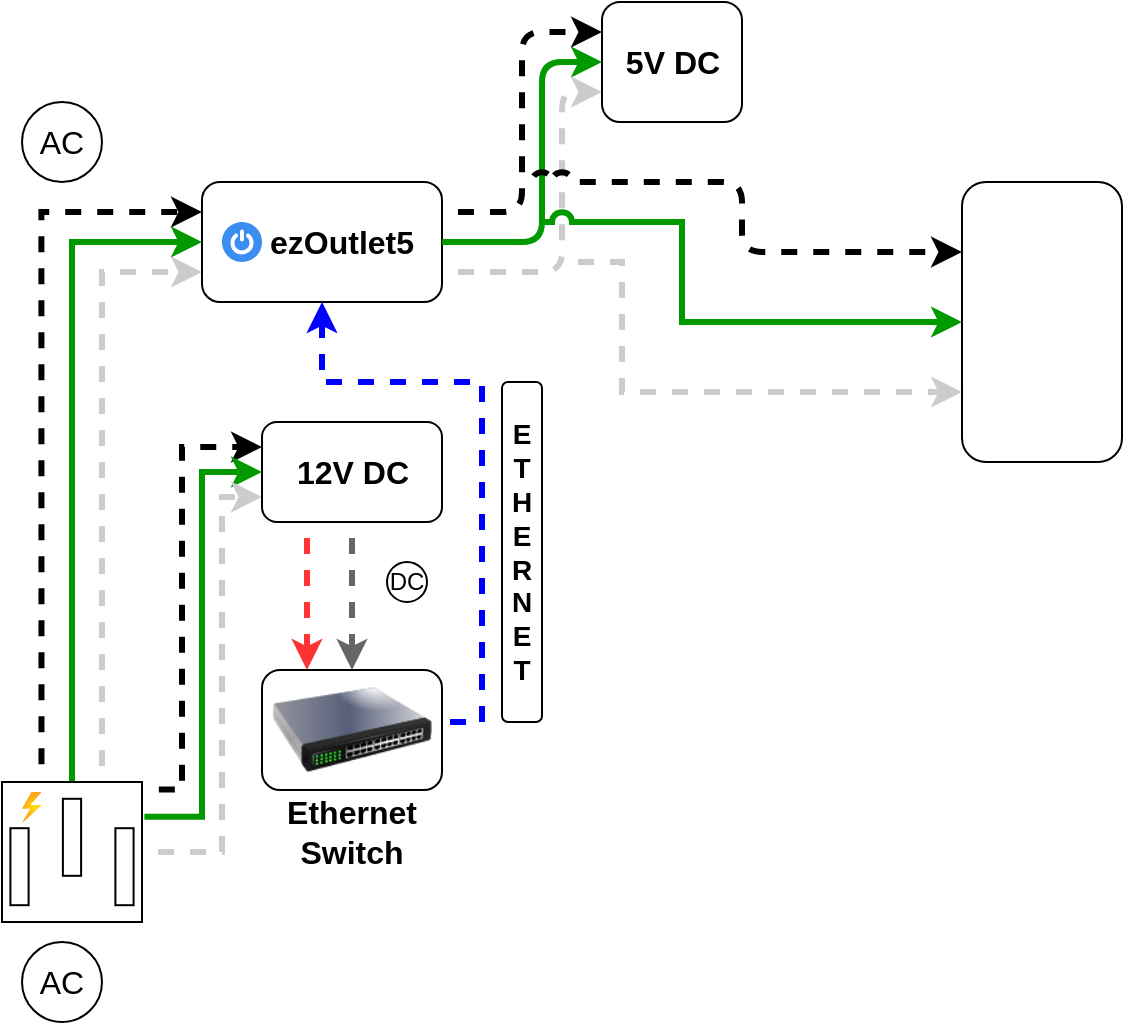
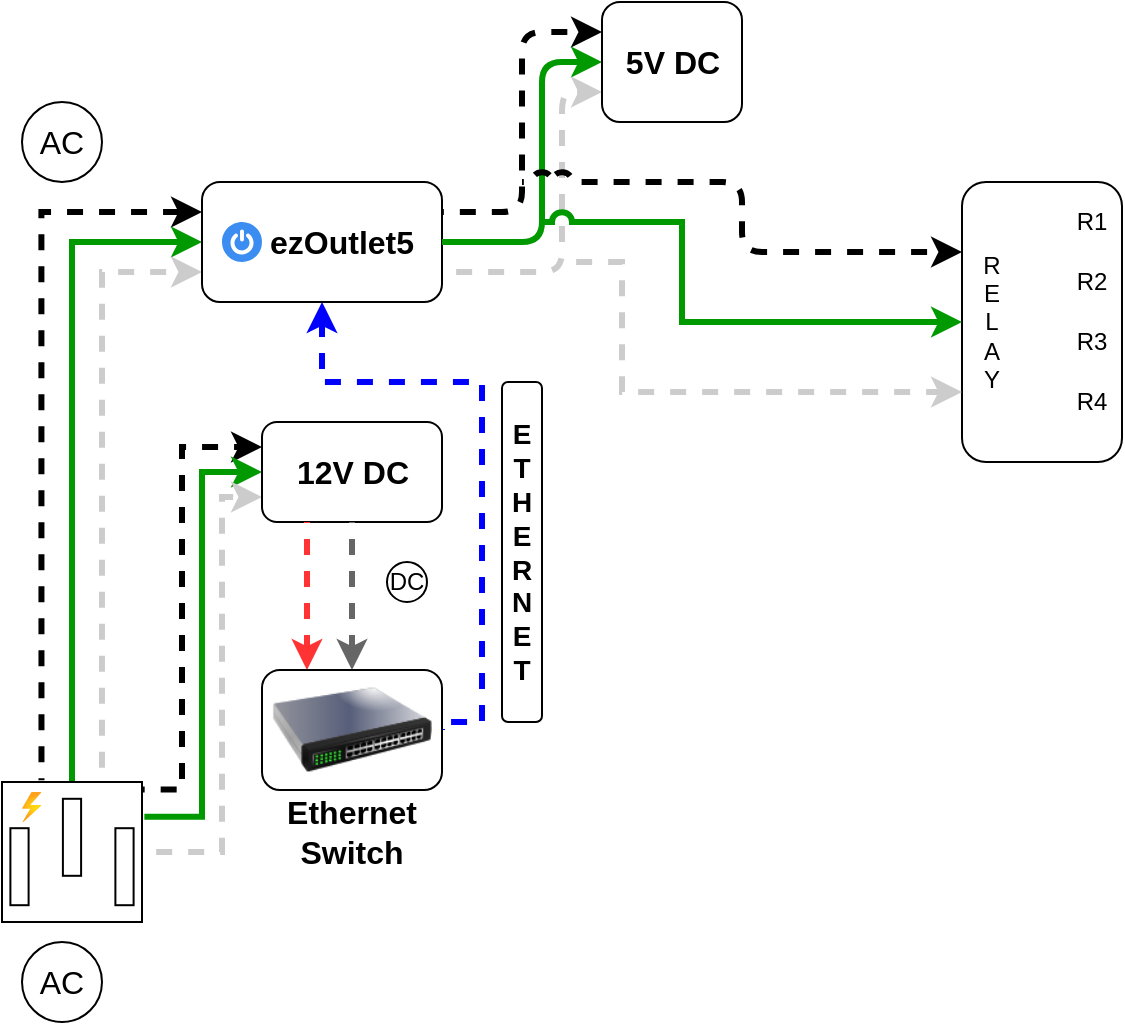
<mxfile host="app.diagrams.net" agent="Mozilla/5.0 (Windows NT 10.0; Win64; x64) AppleWebKit/537.36 (KHTML, like Gecko) Chrome/131.0.0.0 Safari/537.36 Edg/131.0.0.0" version="25.0.3">
  <diagram name="Page-1" id="VlRkN-xOVygPYa-iD9Ir">
    <mxGraphModel dx="600" dy="376" grid="1" gridSize="10" guides="1" tooltips="1" connect="1" arrows="1" fold="1" page="1" pageScale="1" pageWidth="1169" pageHeight="827" background="none" math="0" shadow="0">
      <root>
        <mxCell id="0" />
        <mxCell id="1" parent="0" />
        <mxCell id="JVLtuT8sySUBbFbLTn6r-3" style="edgeStyle=orthogonalEdgeStyle;rounded=0;orthogonalLoop=1;jettySize=auto;html=1;entryX=0;entryY=0.25;entryDx=0;entryDy=0;exitX=0.282;exitY=-0.013;exitDx=0;exitDy=0;exitPerimeter=0;strokeWidth=3;flowAnimation=1;flowAnimationDirection=alternate;flowAnimationTimingFunction=ease-in-out;" edge="1" parent="1" source="pD8juBFKP1GN8B8eYQTb-1" target="pD8juBFKP1GN8B8eYQTb-3">
          <mxGeometry relative="1" as="geometry" />
        </mxCell>
        <mxCell id="JVLtuT8sySUBbFbLTn6r-4" style="edgeStyle=orthogonalEdgeStyle;rounded=0;orthogonalLoop=1;jettySize=auto;html=1;exitX=0.5;exitY=0;exitDx=0;exitDy=0;exitPerimeter=0;entryX=0;entryY=0.5;entryDx=0;entryDy=0;strokeColor=#009900;strokeWidth=3;" edge="1" parent="1" source="pD8juBFKP1GN8B8eYQTb-1" target="pD8juBFKP1GN8B8eYQTb-3">
          <mxGeometry relative="1" as="geometry" />
        </mxCell>
        <mxCell id="JVLtuT8sySUBbFbLTn6r-5" style="edgeStyle=orthogonalEdgeStyle;rounded=0;orthogonalLoop=1;jettySize=auto;html=1;entryX=0;entryY=0.75;entryDx=0;entryDy=0;exitX=0.714;exitY=0;exitDx=0;exitDy=0;exitPerimeter=0;strokeWidth=3;strokeColor=#CCCCCC;flowAnimation=1;flowAnimationDirection=alternate-reverse;flowAnimationTimingFunction=ease-in-out;" edge="1" parent="1" source="pD8juBFKP1GN8B8eYQTb-1" target="pD8juBFKP1GN8B8eYQTb-3">
          <mxGeometry relative="1" as="geometry">
            <mxPoint x="120" y="320" as="targetPoint" />
          </mxGeometry>
        </mxCell>
        <mxCell id="JVLtuT8sySUBbFbLTn6r-6" style="edgeStyle=orthogonalEdgeStyle;rounded=0;orthogonalLoop=1;jettySize=auto;html=1;entryX=0;entryY=0.25;entryDx=0;entryDy=0;exitX=1.006;exitY=0.054;exitDx=0;exitDy=0;exitPerimeter=0;strokeWidth=3;flowAnimation=1;flowAnimationDirection=alternate;flowAnimationTimingFunction=ease-in-out;" edge="1" parent="1" source="pD8juBFKP1GN8B8eYQTb-1" target="pD8juBFKP1GN8B8eYQTb-24">
          <mxGeometry relative="1" as="geometry">
            <Array as="points">
              <mxPoint x="120" y="404" />
              <mxPoint x="120" y="233" />
            </Array>
          </mxGeometry>
        </mxCell>
        <mxCell id="JVLtuT8sySUBbFbLTn6r-7" style="edgeStyle=orthogonalEdgeStyle;rounded=0;orthogonalLoop=1;jettySize=auto;html=1;entryX=0;entryY=0.5;entryDx=0;entryDy=0;exitX=1.017;exitY=0.249;exitDx=0;exitDy=0;exitPerimeter=0;strokeWidth=3;strokeColor=#009900;" edge="1" parent="1" source="pD8juBFKP1GN8B8eYQTb-1" target="pD8juBFKP1GN8B8eYQTb-24">
          <mxGeometry relative="1" as="geometry" />
        </mxCell>
        <mxCell id="JVLtuT8sySUBbFbLTn6r-8" style="edgeStyle=orthogonalEdgeStyle;rounded=0;orthogonalLoop=1;jettySize=auto;html=1;entryX=0;entryY=0.75;entryDx=0;entryDy=0;strokeColor=#CCCCCC;strokeWidth=3;flowAnimation=1;flowAnimationDirection=alternate-reverse;flowAnimationTimingFunction=ease-in-out;" edge="1" parent="1" source="pD8juBFKP1GN8B8eYQTb-1" target="pD8juBFKP1GN8B8eYQTb-24">
          <mxGeometry relative="1" as="geometry">
            <Array as="points">
              <mxPoint x="140" y="435" />
              <mxPoint x="140" y="258" />
            </Array>
          </mxGeometry>
        </mxCell>
        <mxCell id="JVLtuT8sySUBbFbLTn6r-1" value="" style="group" vertex="1" connectable="0" parent="1">
          <mxGeometry x="30" y="480" width="60" height="40" as="geometry" />
        </mxCell>
        <mxCell id="pD8juBFKP1GN8B8eYQTb-22" value="AC" style="text;html=1;align=center;verticalAlign=middle;whiteSpace=wrap;rounded=0;fontSize=16;" parent="JVLtuT8sySUBbFbLTn6r-1" vertex="1">
          <mxGeometry y="5" width="60" height="30" as="geometry" />
        </mxCell>
        <mxCell id="pD8juBFKP1GN8B8eYQTb-23" value="" style="ellipse;whiteSpace=wrap;html=1;fillColor=none;" parent="JVLtuT8sySUBbFbLTn6r-1" vertex="1">
          <mxGeometry x="10" width="40" height="40" as="geometry" />
        </mxCell>
        <mxCell id="JVLtuT8sySUBbFbLTn6r-2" value="" style="group" vertex="1" connectable="0" parent="1">
          <mxGeometry x="30" y="60" width="60" height="40" as="geometry" />
        </mxCell>
        <mxCell id="pD8juBFKP1GN8B8eYQTb-9" value="" style="ellipse;whiteSpace=wrap;html=1;fillColor=none;" parent="JVLtuT8sySUBbFbLTn6r-2" vertex="1">
          <mxGeometry x="10" width="40" height="40" as="geometry" />
        </mxCell>
        <mxCell id="pD8juBFKP1GN8B8eYQTb-11" value="AC" style="text;html=1;align=center;verticalAlign=middle;whiteSpace=wrap;rounded=0;fontSize=16;" parent="JVLtuT8sySUBbFbLTn6r-2" vertex="1">
          <mxGeometry y="5" width="60" height="30" as="geometry" />
        </mxCell>
        <mxCell id="JVLtuT8sySUBbFbLTn6r-9" value="" style="group" vertex="1" connectable="0" parent="1">
          <mxGeometry x="130" y="100" width="120" height="60" as="geometry" />
        </mxCell>
        <mxCell id="JVLtuT8sySUBbFbLTn6r-16" value="" style="group" vertex="1" connectable="0" parent="JVLtuT8sySUBbFbLTn6r-9">
          <mxGeometry width="120" height="60" as="geometry" />
        </mxCell>
        <mxCell id="pD8juBFKP1GN8B8eYQTb-3" value="" style="rounded=1;whiteSpace=wrap;html=1;" parent="JVLtuT8sySUBbFbLTn6r-16" vertex="1">
          <mxGeometry width="120" height="60" as="geometry" />
        </mxCell>
        <mxCell id="JVLtuT8sySUBbFbLTn6r-13" value="" style="sketch=0;html=1;aspect=fixed;strokeColor=none;shadow=0;fillColor=#3B8DF1;verticalAlign=top;labelPosition=center;verticalLabelPosition=bottom;shape=mxgraph.gcp2.a7_power" vertex="1" parent="JVLtuT8sySUBbFbLTn6r-16">
          <mxGeometry x="10" y="20" width="20" height="20" as="geometry" />
        </mxCell>
        <mxCell id="pD8juBFKP1GN8B8eYQTb-15" value="&lt;b&gt;ezOutlet5&lt;/b&gt;" style="text;html=1;align=center;verticalAlign=middle;whiteSpace=wrap;rounded=0;fontSize=16;" parent="JVLtuT8sySUBbFbLTn6r-16" vertex="1">
          <mxGeometry x="40" y="10" width="60" height="40" as="geometry" />
        </mxCell>
        <mxCell id="JVLtuT8sySUBbFbLTn6r-11" value="" style="group" vertex="1" connectable="0" parent="1">
          <mxGeometry x="160" y="220" width="90" height="50" as="geometry" />
        </mxCell>
        <mxCell id="pD8juBFKP1GN8B8eYQTb-24" value="" style="rounded=1;whiteSpace=wrap;html=1;" parent="JVLtuT8sySUBbFbLTn6r-11" vertex="1">
          <mxGeometry width="90" height="50" as="geometry" />
        </mxCell>
        <mxCell id="JVLtuT8sySUBbFbLTn6r-10" value="&lt;font style=&quot;font-size: 16px;&quot;&gt;&lt;b&gt;12V DC&lt;/b&gt;&lt;/font&gt;" style="text;html=1;align=center;verticalAlign=middle;whiteSpace=wrap;rounded=0;" vertex="1" parent="JVLtuT8sySUBbFbLTn6r-11">
          <mxGeometry x="15.75" y="10" width="58.5" height="30" as="geometry" />
        </mxCell>
        <mxCell id="JVLtuT8sySUBbFbLTn6r-18" value="" style="group" vertex="1" connectable="0" parent="1">
          <mxGeometry x="30" y="400" width="70" height="70" as="geometry" />
        </mxCell>
        <mxCell id="pD8juBFKP1GN8B8eYQTb-1" value="" style="pointerEvents=1;verticalLabelPosition=bottom;shadow=0;dashed=0;align=center;html=1;verticalAlign=top;shape=mxgraph.electrical.miscellaneous.ac_out" parent="JVLtuT8sySUBbFbLTn6r-18" vertex="1">
          <mxGeometry width="70" height="70" as="geometry" />
        </mxCell>
        <mxCell id="JVLtuT8sySUBbFbLTn6r-12" value="" style="image;aspect=fixed;html=1;points=[];align=center;fontSize=12;image=img/lib/azure2/general/Power.svg;" vertex="1" parent="JVLtuT8sySUBbFbLTn6r-18">
          <mxGeometry x="10" y="5" width="9.72" height="15" as="geometry" />
        </mxCell>
        <mxCell id="JVLtuT8sySUBbFbLTn6r-23" style="edgeStyle=orthogonalEdgeStyle;rounded=0;orthogonalLoop=1;jettySize=auto;html=1;entryX=0.25;entryY=0;entryDx=0;entryDy=0;exitX=0.25;exitY=1;exitDx=0;exitDy=0;strokeColor=#FF3333;strokeWidth=3;flowAnimation=1;" edge="1" parent="1" source="pD8juBFKP1GN8B8eYQTb-24" target="JVLtuT8sySUBbFbLTn6r-19">
          <mxGeometry relative="1" as="geometry" />
        </mxCell>
        <mxCell id="JVLtuT8sySUBbFbLTn6r-28" value="" style="group" vertex="1" connectable="0" parent="1">
          <mxGeometry x="220" y="290" width="25" height="20" as="geometry" />
        </mxCell>
        <mxCell id="JVLtuT8sySUBbFbLTn6r-26" value="" style="ellipse;whiteSpace=wrap;html=1;aspect=fixed;" vertex="1" parent="JVLtuT8sySUBbFbLTn6r-28">
          <mxGeometry x="2.5" width="20" height="20" as="geometry" />
        </mxCell>
        <mxCell id="JVLtuT8sySUBbFbLTn6r-27" value="&lt;font&gt;DC&lt;/font&gt;" style="text;html=1;align=center;verticalAlign=middle;whiteSpace=wrap;rounded=0;" vertex="1" parent="JVLtuT8sySUBbFbLTn6r-28">
          <mxGeometry y="2.5" width="25" height="15" as="geometry" />
        </mxCell>
        <mxCell id="JVLtuT8sySUBbFbLTn6r-29" style="edgeStyle=orthogonalEdgeStyle;rounded=0;orthogonalLoop=1;jettySize=auto;html=1;exitX=0.5;exitY=1;exitDx=0;exitDy=0;entryX=0.5;entryY=0;entryDx=0;entryDy=0;strokeWidth=3;flowAnimation=1;strokeColor=#666666;" edge="1" parent="1" source="pD8juBFKP1GN8B8eYQTb-24" target="JVLtuT8sySUBbFbLTn6r-19">
          <mxGeometry relative="1" as="geometry" />
        </mxCell>
        <mxCell id="JVLtuT8sySUBbFbLTn6r-30" style="edgeStyle=orthogonalEdgeStyle;rounded=0;orthogonalLoop=1;jettySize=auto;html=1;exitX=1;exitY=0.5;exitDx=0;exitDy=0;entryX=0.5;entryY=1;entryDx=0;entryDy=0;strokeColor=#0000FF;strokeWidth=3;flowAnimation=1;" edge="1" parent="1" source="JVLtuT8sySUBbFbLTn6r-19" target="pD8juBFKP1GN8B8eYQTb-3">
          <mxGeometry relative="1" as="geometry">
            <Array as="points">
              <mxPoint x="270" y="370" />
              <mxPoint x="270" y="200" />
              <mxPoint x="190" y="200" />
            </Array>
          </mxGeometry>
        </mxCell>
        <mxCell id="JVLtuT8sySUBbFbLTn6r-31" value="" style="rounded=1;whiteSpace=wrap;html=1;" vertex="1" parent="1">
          <mxGeometry x="280" y="200" width="20" height="170" as="geometry" />
        </mxCell>
        <mxCell id="JVLtuT8sySUBbFbLTn6r-32" value="&lt;b&gt;&lt;font style=&quot;font-size: 14px;&quot;&gt;E&lt;/font&gt;&lt;/b&gt;&lt;div&gt;&lt;b&gt;&lt;font style=&quot;font-size: 14px;&quot;&gt;T&lt;/font&gt;&lt;/b&gt;&lt;/div&gt;&lt;div&gt;&lt;b&gt;&lt;font style=&quot;font-size: 14px;&quot;&gt;H&lt;/font&gt;&lt;/b&gt;&lt;/div&gt;&lt;div&gt;&lt;b&gt;&lt;font style=&quot;font-size: 14px;&quot;&gt;E&lt;/font&gt;&lt;/b&gt;&lt;/div&gt;&lt;div&gt;&lt;b&gt;&lt;font style=&quot;font-size: 14px;&quot;&gt;R&lt;/font&gt;&lt;/b&gt;&lt;/div&gt;&lt;div&gt;&lt;b&gt;&lt;font style=&quot;font-size: 14px;&quot;&gt;N&lt;/font&gt;&lt;/b&gt;&lt;/div&gt;&lt;div&gt;&lt;b&gt;&lt;font style=&quot;font-size: 14px;&quot;&gt;E&lt;/font&gt;&lt;/b&gt;&lt;/div&gt;&lt;div&gt;&lt;b&gt;&lt;font style=&quot;font-size: 14px;&quot;&gt;T&lt;/font&gt;&lt;/b&gt;&lt;/div&gt;" style="text;html=1;align=center;verticalAlign=middle;whiteSpace=wrap;rounded=0;" vertex="1" parent="1">
          <mxGeometry x="275" y="180" width="30" height="210" as="geometry" />
        </mxCell>
        <mxCell id="JVLtuT8sySUBbFbLTn6r-33" value="" style="rounded=1;whiteSpace=wrap;html=1;" vertex="1" parent="1">
          <mxGeometry x="510" y="100" width="80" height="140" as="geometry" />
        </mxCell>
        <mxCell id="JVLtuT8sySUBbFbLTn6r-35" style="edgeStyle=orthogonalEdgeStyle;rounded=1;orthogonalLoop=1;jettySize=auto;html=1;exitX=1;exitY=0.25;exitDx=0;exitDy=0;entryX=0;entryY=0.25;entryDx=0;entryDy=0;curved=0;strokeWidth=3;flowAnimation=1;flowAnimationDirection=alternate;flowAnimationTimingFunction=ease-in-out;" edge="1" parent="1" source="pD8juBFKP1GN8B8eYQTb-3" target="JVLtuT8sySUBbFbLTn6r-34">
          <mxGeometry relative="1" as="geometry" />
        </mxCell>
        <mxCell id="JVLtuT8sySUBbFbLTn6r-36" style="edgeStyle=orthogonalEdgeStyle;rounded=1;orthogonalLoop=1;jettySize=auto;html=1;exitX=1;exitY=0.5;exitDx=0;exitDy=0;entryX=0;entryY=0.5;entryDx=0;entryDy=0;curved=0;strokeWidth=3;strokeColor=#009900;" edge="1" parent="1" source="pD8juBFKP1GN8B8eYQTb-3" target="JVLtuT8sySUBbFbLTn6r-34">
          <mxGeometry relative="1" as="geometry">
            <Array as="points">
              <mxPoint x="300" y="130" />
              <mxPoint x="300" y="40" />
            </Array>
          </mxGeometry>
        </mxCell>
        <mxCell id="JVLtuT8sySUBbFbLTn6r-37" style="edgeStyle=orthogonalEdgeStyle;rounded=1;orthogonalLoop=1;jettySize=auto;html=1;exitX=1;exitY=0.75;exitDx=0;exitDy=0;entryX=0;entryY=0.75;entryDx=0;entryDy=0;curved=0;strokeColor=#CCCCCC;strokeWidth=3;flowAnimation=1;flowAnimationDirection=alternate-reverse;flowAnimationTimingFunction=ease-in-out;" edge="1" parent="1" source="pD8juBFKP1GN8B8eYQTb-3" target="JVLtuT8sySUBbFbLTn6r-34">
          <mxGeometry relative="1" as="geometry">
            <Array as="points">
              <mxPoint x="310" y="145" />
              <mxPoint x="310" y="55" />
            </Array>
          </mxGeometry>
        </mxCell>
        <mxCell id="JVLtuT8sySUBbFbLTn6r-40" value="" style="endArrow=classic;html=1;rounded=1;curved=0;entryX=0;entryY=0.25;entryDx=0;entryDy=0;jumpStyle=arc;strokeWidth=3;flowAnimation=1;flowAnimationDirection=alternate;flowAnimationTimingFunction=ease-in-out;" edge="1" parent="1" target="JVLtuT8sySUBbFbLTn6r-33">
          <mxGeometry width="50" height="50" relative="1" as="geometry">
            <mxPoint x="290" y="100" as="sourcePoint" />
            <mxPoint x="410" y="170" as="targetPoint" />
            <Array as="points">
              <mxPoint x="400" y="100" />
              <mxPoint x="400" y="135" />
            </Array>
          </mxGeometry>
        </mxCell>
        <mxCell id="JVLtuT8sySUBbFbLTn6r-51" value="" style="group" vertex="1" connectable="0" parent="1">
          <mxGeometry x="160" y="344" width="90" height="96" as="geometry" />
        </mxCell>
        <mxCell id="JVLtuT8sySUBbFbLTn6r-21" value="" style="group" vertex="1" connectable="0" parent="JVLtuT8sySUBbFbLTn6r-51">
          <mxGeometry width="90" height="70" as="geometry" />
        </mxCell>
        <mxCell id="JVLtuT8sySUBbFbLTn6r-50" value="" style="group" vertex="1" connectable="0" parent="JVLtuT8sySUBbFbLTn6r-21">
          <mxGeometry width="90" height="70" as="geometry" />
        </mxCell>
        <mxCell id="JVLtuT8sySUBbFbLTn6r-19" value="" style="rounded=1;whiteSpace=wrap;html=1;" vertex="1" parent="JVLtuT8sySUBbFbLTn6r-50">
          <mxGeometry width="90" height="60" as="geometry" />
        </mxCell>
        <mxCell id="JVLtuT8sySUBbFbLTn6r-49" value="" style="image;html=1;image=img/lib/clip_art/networking/Switch_128x128.png" vertex="1" parent="JVLtuT8sySUBbFbLTn6r-50">
          <mxGeometry x="5" y="-10" width="80" height="80" as="geometry" />
        </mxCell>
        <mxCell id="JVLtuT8sySUBbFbLTn6r-20" value="&lt;b&gt;&lt;font style=&quot;font-size: 16px;&quot;&gt;Ethernet&lt;/font&gt;&lt;/b&gt;&lt;div&gt;&lt;b&gt;&lt;font style=&quot;font-size: 16px;&quot;&gt;Switch&lt;/font&gt;&lt;/b&gt;&lt;/div&gt;" style="text;html=1;align=center;verticalAlign=middle;whiteSpace=wrap;rounded=0;" vertex="1" parent="JVLtuT8sySUBbFbLTn6r-51">
          <mxGeometry x="15" y="66" width="60" height="30" as="geometry" />
        </mxCell>
        <mxCell id="JVLtuT8sySUBbFbLTn6r-53" value="" style="group" vertex="1" connectable="0" parent="1">
          <mxGeometry x="330" y="10" width="70" height="60" as="geometry" />
        </mxCell>
        <mxCell id="JVLtuT8sySUBbFbLTn6r-34" value="" style="rounded=1;whiteSpace=wrap;html=1;" vertex="1" parent="JVLtuT8sySUBbFbLTn6r-53">
          <mxGeometry width="70" height="60" as="geometry" />
        </mxCell>
        <mxCell id="JVLtuT8sySUBbFbLTn6r-52" value="&lt;font style=&quot;font-size: 16px;&quot;&gt;&lt;b&gt;5&lt;/b&gt;&lt;/font&gt;&lt;b style=&quot;font-size: 16px; background-color: initial;&quot;&gt;V DC&lt;/b&gt;" style="text;html=1;align=center;verticalAlign=middle;whiteSpace=wrap;rounded=0;" vertex="1" parent="JVLtuT8sySUBbFbLTn6r-53">
          <mxGeometry x="5.75" y="15" width="58.5" height="30" as="geometry" />
        </mxCell>
        <mxCell id="JVLtuT8sySUBbFbLTn6r-54" value="" style="endArrow=classic;html=1;rounded=0;entryX=0;entryY=0.5;entryDx=0;entryDy=0;jumpStyle=arc;strokeColor=#009900;strokeWidth=3;" edge="1" parent="1" target="JVLtuT8sySUBbFbLTn6r-33">
          <mxGeometry width="50" height="50" relative="1" as="geometry">
            <mxPoint x="300" y="120" as="sourcePoint" />
            <mxPoint x="350" y="80" as="targetPoint" />
            <Array as="points">
              <mxPoint x="370" y="120" />
              <mxPoint x="370" y="170" />
            </Array>
          </mxGeometry>
        </mxCell>
        <mxCell id="JVLtuT8sySUBbFbLTn6r-55" value="" style="endArrow=classic;html=1;rounded=0;entryX=0;entryY=0.75;entryDx=0;entryDy=0;strokeColor=#CCCCCC;strokeWidth=3;jumpStyle=arc;flowAnimation=1;flowAnimationDirection=alternate-reverse;flowAnimationTimingFunction=ease-in-out;" edge="1" parent="1" target="JVLtuT8sySUBbFbLTn6r-33">
          <mxGeometry width="50" height="50" relative="1" as="geometry">
            <mxPoint x="310" y="140" as="sourcePoint" />
            <mxPoint x="350" y="140" as="targetPoint" />
            <Array as="points">
              <mxPoint x="340" y="140" />
              <mxPoint x="340" y="205" />
            </Array>
          </mxGeometry>
        </mxCell>
+         <mxCell id="JVLtuT8sySUBbFbLTn6r-56" value="R&lt;div&gt;E&lt;/div&gt;&lt;div&gt;L&lt;/div&gt;&lt;div&gt;A&lt;/div&gt;&lt;div&gt;Y&lt;/div&gt;" style="text;html=1;align=center;verticalAlign=middle;whiteSpace=wrap;rounded=0;" vertex="1" parent="1">
+           <mxGeometry x="510" y="135" width="30" height="70" as="geometry" />
+         </mxCell>
+         <mxCell id="JVLtuT8sySUBbFbLTn6r-57" value="R1" style="text;html=1;align=center;verticalAlign=middle;whiteSpace=wrap;rounded=0;" vertex="1" parent="1">
+           <mxGeometry x="560" y="105" width="30" height="30" as="geometry" />
+         </mxCell>
+         <mxCell id="JVLtuT8sySUBbFbLTn6r-58" value="R2" style="text;html=1;align=center;verticalAlign=middle;whiteSpace=wrap;rounded=0;" vertex="1" parent="1">
+           <mxGeometry x="560" y="135" width="30" height="30" as="geometry" />
+         </mxCell>
+         <mxCell id="JVLtuT8sySUBbFbLTn6r-59" value="R3" style="text;html=1;align=center;verticalAlign=middle;whiteSpace=wrap;rounded=0;" vertex="1" parent="1">
+           <mxGeometry x="560" y="165" width="30" height="30" as="geometry" />
+         </mxCell>
+         <mxCell id="JVLtuT8sySUBbFbLTn6r-60" value="R4" style="text;html=1;align=center;verticalAlign=middle;whiteSpace=wrap;rounded=0;" vertex="1" parent="1">
+           <mxGeometry x="560" y="195" width="30" height="30" as="geometry" />
+         </mxCell>
      </root>
    </mxGraphModel>
  </diagram>
</mxfile>
